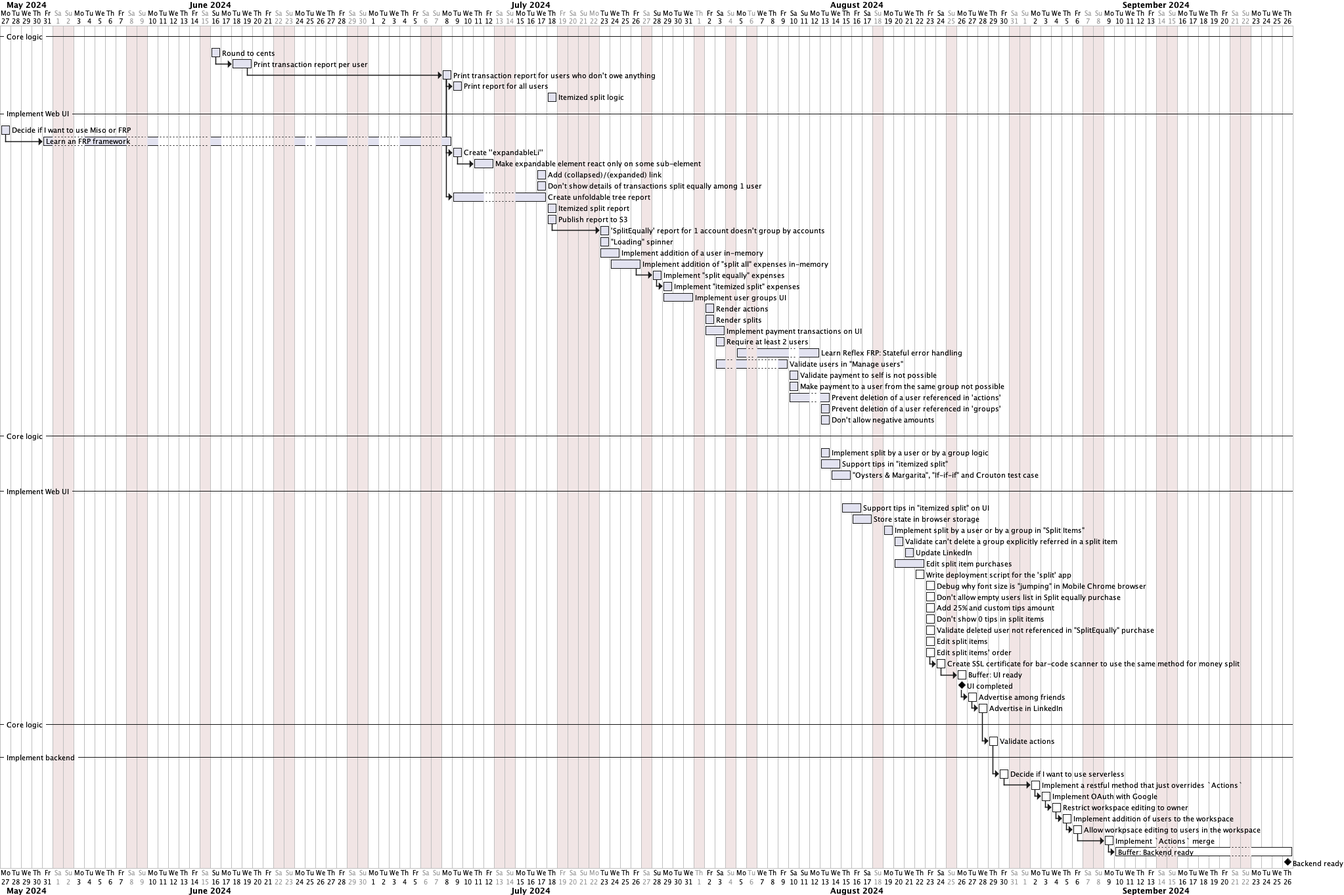
tellary/split keeps this PlantUML diagram as plan.png. Above is the earlier version.
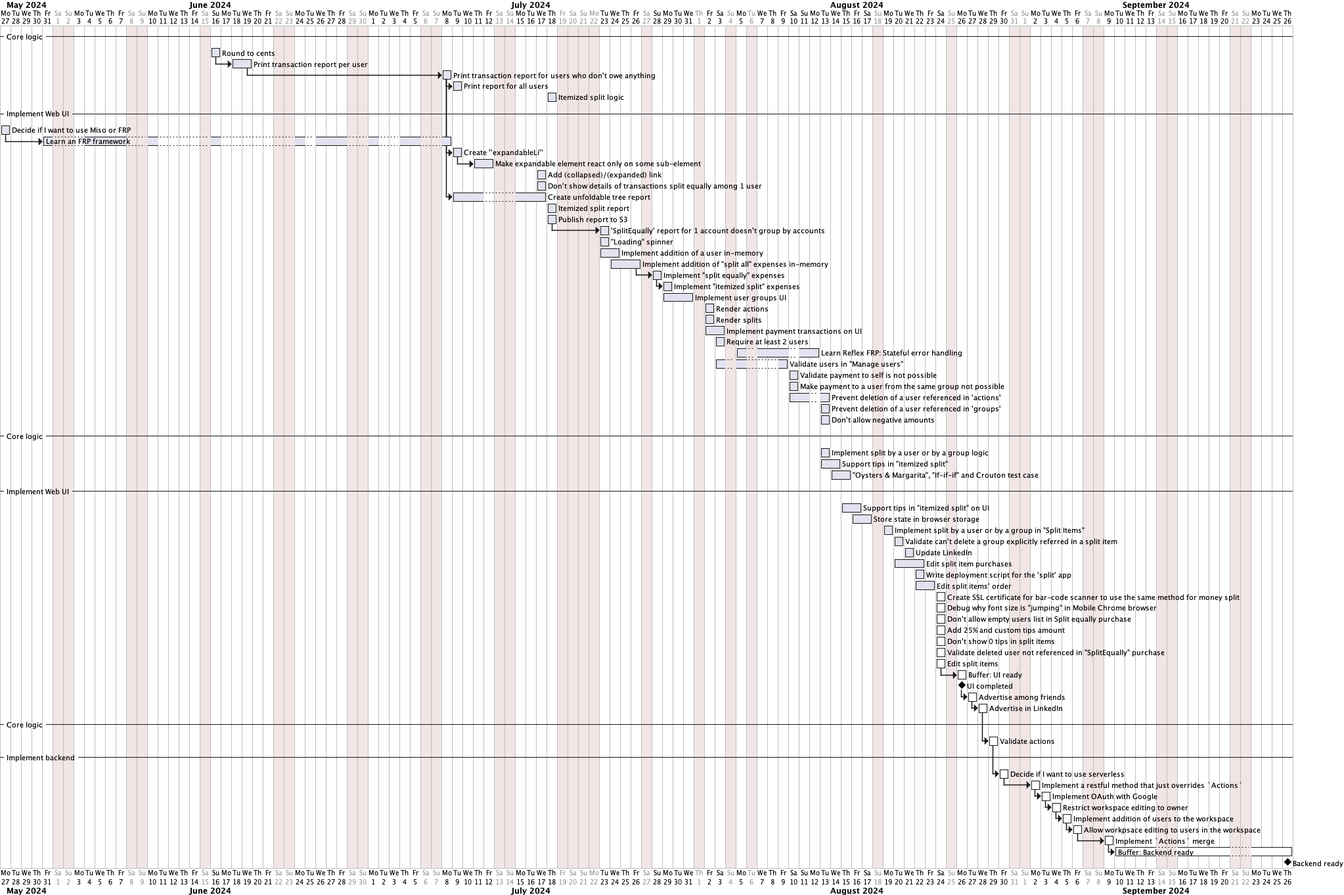
The same diagram one commit later.

Commit message:
Support "split item" move "down"

Diff of the diagram source:
```diff
@@ -86,17 +86,17 @@
 [Validate can't delete a group explicitly referred in a split item] is 100% completed and starts on 2024-08-20
 [Update LinkedIn] is 100% completed and starts on 2024-08-21
 [Edit split item purchases] is 100% completed and starts on 2024-08-20 and ends on 2024-08-22
-[Write deployment script for the 'split' app] is 0% completed and starts on 2024-08-22
-[Debug why font size is "jumping" in Mobile Chrome browser] is 0% completed and starts on 2024-08-23
-[Don't allow empty users list in Split equally purchase] is 0% completed and starts on 2024-08-23
-[Add 25% and custom tips amount] is 0% completed and starts on 2024-08-23
-[Don't show 0 tips in split items] is 0% completed and starts on 2024-08-23
-[Validate deleted user not referenced in "SplitEqually" purchase] is 0% completed and starts on 2024-08-23
-[Edit split items] is 0% completed and starts on 2024-08-23
-[Edit split items' order] is 0% completed and starts on 2024-08-23
+[Write deployment script for the 'split' app] is 100% completed and starts on 2024-08-22
+[Edit split items' order] is 100% completed and starts on 2024-08-22 and ends on 2024-08-23
+[Create SSL certificate for bar-code scanner to use the same method for money split] is 0% completed and starts on 2024-08-24
+[Debug why font size is "jumping" in Mobile Chrome browser] is 0% completed and starts on 2024-08-24
+[Don't allow empty users list in Split equally purchase] is 0% completed and starts on 2024-08-24
+[Add 25% and custom tips amount] is 0% completed and starts on 2024-08-24
+[Don't show 0 tips in split items] is 0% completed and starts on 2024-08-24
+[Validate deleted user not referenced in "SplitEqually" purchase] is 0% completed and starts on 2024-08-24
+[Edit split items] is 0% completed and starts on 2024-08-24
 2024-08-17 is open
 2024-08-24 is open
-then [Create SSL certificate for bar-code scanner to use the same method for money split] is 0% completed
 then [Buffer: UI ready] ends on 2024-08-26 and is 0% completed
 [UI completed] happens on 2024-08-26
 then [Advertise among friends] is 0% completed
```
